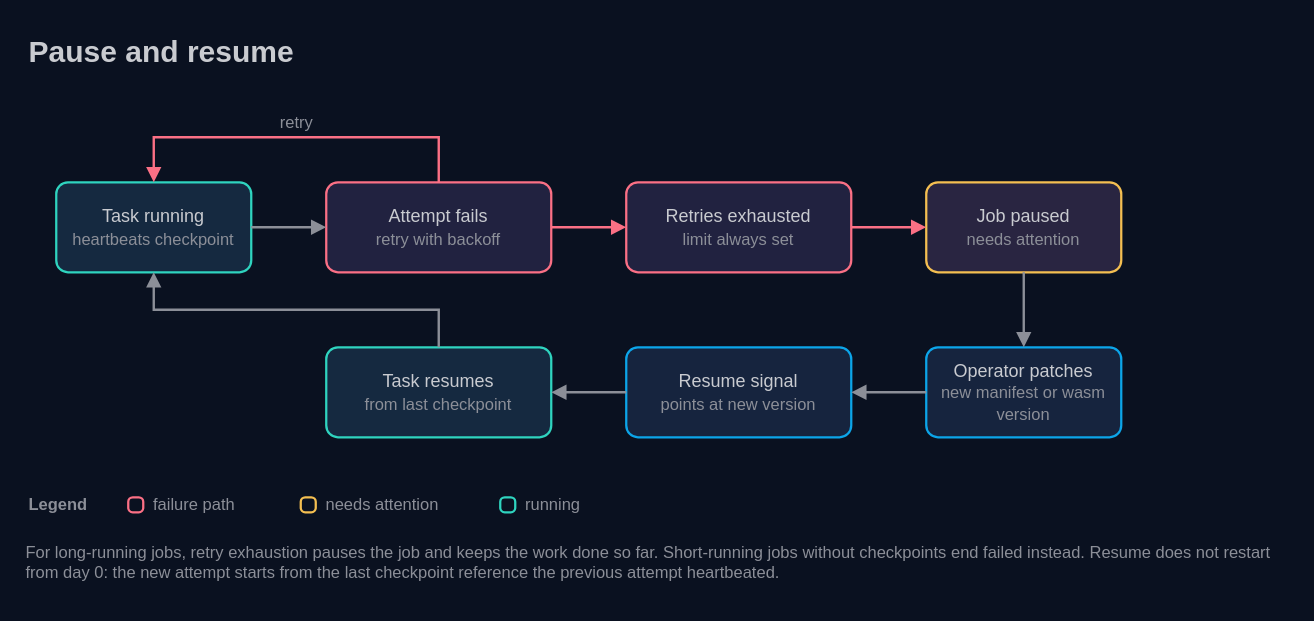
AndoNorth/wasm-dag-forge keeps this draw.io diagram as docs/architecture/07-pause-and-resume.drawio. Above is the earlier version. Source tidied: cells renumbered, new cells numbered last; positions are measured from the earlier drawing's top-left corner, leaving out a move shared by most shapes. Both pictures are drawn from the tidied source at 150%, with x=0, y=0 at pixel (26, 26).
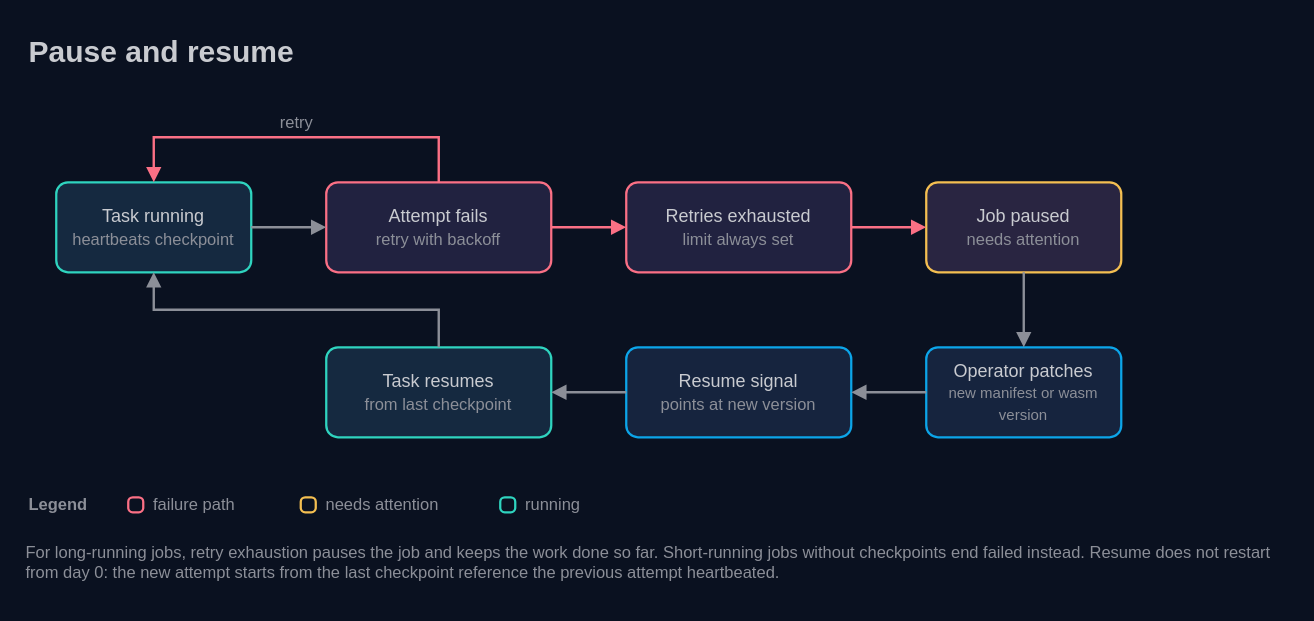
After the change.

What changed in the source:
```diff
@@
-    <mxCell id="7" value="Operator patches&lt;br&gt;&lt;font color=&quot;#8c8f98&quot; style=&quot;font-size:11px&quot;&gt;new manifest or wasm version&lt;/font&gt;" style="rounded=1;arcSize=13;html=1;whiteSpace=wrap;fillColor=#16243e;strokeColor=#0ca5e9;strokeWidth=1.5;fontColor=#c9cbd0;fontSize=12;fontFamily=IBM Plex Sans;" parent="1" vertex="1">
+    <mxCell id="7" value="Operator patches&lt;br&gt;&lt;font color=&quot;#8c8f98&quot; style=&quot;font-size:10px&quot;&gt;new manifest or wasm version&lt;/font&gt;" style="rounded=1;arcSize=13;html=1;whiteSpace=wrap;fillColor=#16243e;strokeColor=#0ca5e9;strokeWidth=1.5;fontColor=#c9cbd0;fontSize=12;fontFamily=IBM Plex Sans;" parent="1" vertex="1">
       <mxGeometry x="600" y="214" width="130" height="60" as="geometry" />
     </mxCell>
```
